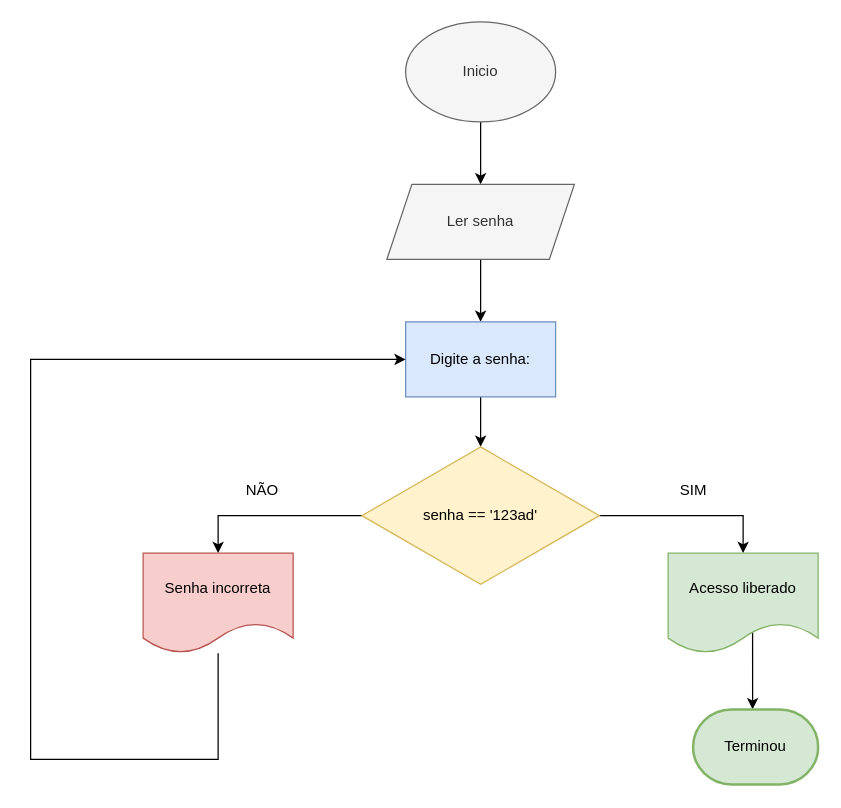
The draw.io diagram Diagrama sem nome.drawio in Emilio133752/diagrams, before the edit. Source tidied: cells renumbered, new cells numbered last; positions are measured from the earlier drawing's top-left corner, leaving out a move shared by most shapes. Both pictures are drawn from the tidied source at 125%, with x=0, y=0 at pixel (30, 21).
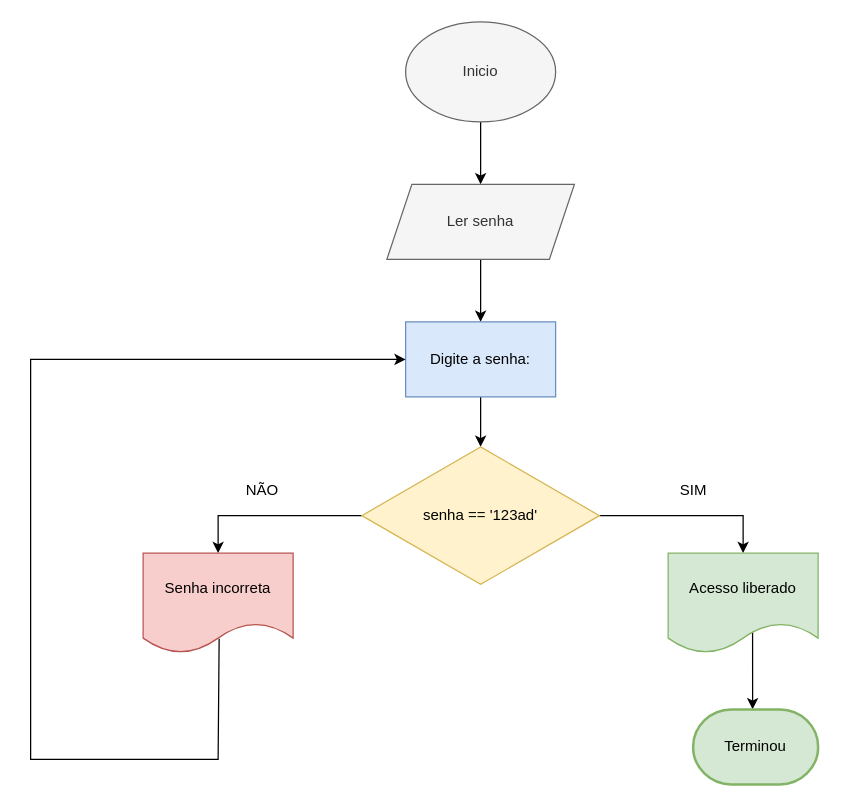
After the change.

The change refers to these unchanged cells:
```xml
<mxCell id="7" value="Digite a senha:" style="whiteSpace=wrap;html=1;fillColor=#dae8fc;strokeColor=#6c8ebf;" parent="1" vertex="1">
  <mxGeometry x="300" y="240" width="120" height="60" as="geometry" />
</mxCell>
<mxCell id="14" value="Senha incorreta" style="shape=document;whiteSpace=wrap;html=1;boundedLbl=1;fillColor=#f8cecc;strokeColor=#b85450;" parent="1" vertex="1">
  <mxGeometry x="90" y="425" width="120" height="80" as="geometry" />
</mxCell>
```

What changed in the source:
```diff
@@
-    <mxCell id="13" style="edgeStyle=orthogonalEdgeStyle;rounded=0;jettySize=auto;html=1;entryX=0;entryY=0.5;entryDx=0;entryDy=0;" parent="1" edge="1" source="14" target="7">
+    <mxCell id="13" style="edgeStyle=orthogonalEdgeStyle;rounded=0;jettySize=auto;html=1;entryX=0;entryY=0.5;entryDx=0;entryDy=0;exitX=0.507;exitY=0.857;exitDx=0;exitDy=0;exitPerimeter=0;" parent="1" edge="1" source="14" target="7">
       <mxGeometry relative="1" as="geometry">
         <Array as="points">
+          <mxPoint x="151" y="495" />
+          <mxPoint x="150" y="495" />
           <mxPoint x="150" y="590" />
           <mxPoint y="590" />
           <mxPoint y="270" />
         </Array>
       </mxGeometry>
     </mxCell>
```
